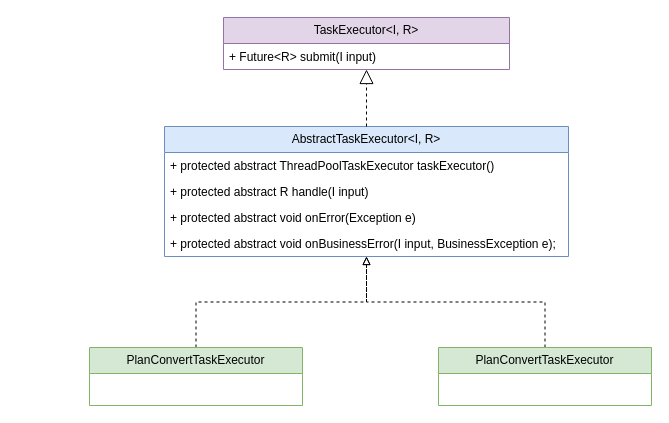
This is page "Page-21" (21 of 23) of hibernate.drawio from minhtran-q/hibernate-knowledge, a draw.io file, before an edit. Source tidied: cells renumbered, new cells numbered last; positions are measured from the earlier drawing's top-left corner, leaving out a move shared by most shapes. Both pictures are drawn from the tidied source at 100%, with x=0, y=0 at pixel (89, 17).
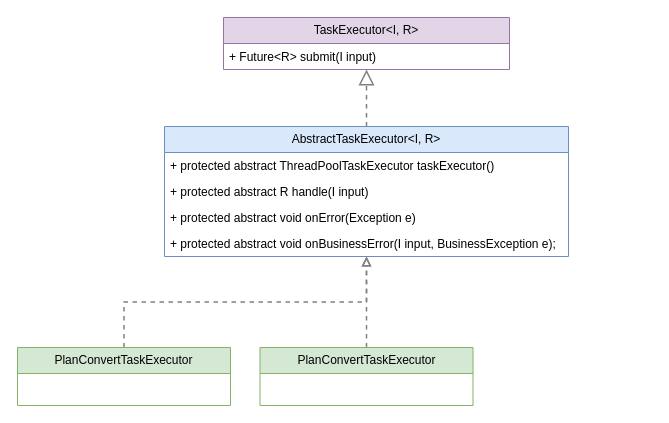
After the change.

What changed in the source:
```diff
@@
 <mxGraphModel>
   <root>
     <mxCell id="0" />
     <mxCell id="1" parent="0" />
     <mxCell id="2" value="TaskExecutor&amp;lt;I, R&amp;gt;" style="swimlane;fontStyle=0;horizontal=1;startSize=26;fillColor=#e1d5e7;whiteSpace=wrap;html=1;strokeColor=#9673a6;" parent="1" vertex="1">
       <mxGeometry x="134" width="286" height="52" as="geometry" />
     </mxCell>
     <mxCell id="3" value="+ Future&amp;lt;R&amp;gt; submit(I input)" style="text;strokeColor=none;fillColor=none;align=left;verticalAlign=top;spacingLeft=4;spacingRight=4;overflow=hidden;points=[[0,0.5],[1,0.5]];portConstraint=eastwest;whiteSpace=wrap;html=1;" parent="2" vertex="1">
       <mxGeometry y="26" width="286" height="26" as="geometry" />
     </mxCell>
     <mxCell id="4" value="AbstractTaskExecutor&amp;lt;I, R&amp;gt;" style="swimlane;fontStyle=0;horizontal=1;startSize=26;fillColor=#dae8fc;whiteSpace=wrap;html=1;strokeColor=#6c8ebf;" parent="1" vertex="1">
       <mxGeometry x="75" y="109" width="404" height="130" as="geometry" />
     </mxCell>
     <mxCell id="5" value="+ protected abstract ThreadPoolTaskExecutor taskExecutor()" style="text;strokeColor=none;fillColor=none;align=left;verticalAlign=top;spacingLeft=4;spacingRight=4;overflow=hidden;whiteSpace=wrap;html=1;" parent="4" vertex="1">
       <mxGeometry y="26" width="404" height="26" as="geometry" />
     </mxCell>
     <mxCell id="6" value="+ protected abstract R handle(I input)" style="text;strokeColor=none;fillColor=none;align=left;verticalAlign=top;spacingLeft=4;spacingRight=4;overflow=hidden;whiteSpace=wrap;html=1;" parent="4" vertex="1">
       <mxGeometry y="52" width="404" height="26" as="geometry" />
     </mxCell>
     <mxCell id="7" value="+ protected abstract void onError(Exception e)" style="text;strokeColor=none;fillColor=none;align=left;verticalAlign=top;spacingLeft=4;spacingRight=4;overflow=hidden;whiteSpace=wrap;html=1;" parent="4" vertex="1">
       <mxGeometry y="78" width="404" height="26" as="geometry" />
     </mxCell>
     <mxCell id="8" value="&lt;div&gt;&lt;span style=&quot;background-color: initial;&quot;&gt;+ protected abstract void onBusinessError(I input, BusinessException e);&lt;/span&gt;&lt;br&gt;&lt;/div&gt;" style="text;strokeColor=none;fillColor=none;align=left;verticalAlign=top;spacingLeft=4;spacingRight=4;overflow=hidden;whiteSpace=wrap;html=1;" parent="4" vertex="1">
       <mxGeometry y="104" width="404" height="26" as="geometry" />
     </mxCell>
-    <mxCell id="9" style="endArrow=block;dashed=1;endFill=0;endSize=12;html=1;rounded=0;exitX=0.5;exitY=0;exitDx=0;exitDy=0;" parent="1" edge="1" source="4" target="3">
+    <mxCell id="9" style="endArrow=block;dashed=1;endFill=0;endSize=12;html=1;rounded=0;exitX=0.5;exitY=0;exitDx=0;exitDy=0;strokeColor=#808080;strokeWidth=1.5;" parent="1" edge="1" source="4" target="3">
       <mxGeometry relative="1" as="geometry" />
     </mxCell>
-    <mxCell id="10" style="edgeStyle=orthogonalEdgeStyle;rounded=0;jettySize=auto;html=1;dashed=1;endArrow=block;endFill=0;" parent="1" edge="1" source="11" target="4">
+    <mxCell id="10" style="edgeStyle=orthogonalEdgeStyle;rounded=0;jettySize=auto;html=1;dashed=1;endArrow=block;endFill=0;strokeWidth=1.5;strokeColor=#808080;" parent="1" edge="1" source="11" target="4">
       <mxGeometry relative="1" as="geometry" />
     </mxCell>
     <mxCell id="11" value="PlanConvertTaskExecutor" style="swimlane;fontStyle=0;horizontal=1;startSize=26;fillColor=#d5e8d4;whiteSpace=wrap;html=1;strokeColor=#82b366;" parent="1" vertex="1">
-      <mxGeometry y="330" width="213" height="58" as="geometry" />
+      <mxGeometry x="-72" y="330" width="213" height="58" as="geometry" />
     </mxCell>
-    <mxCell id="12" style="edgeStyle=orthogonalEdgeStyle;rounded=0;jettySize=auto;html=1;dashed=1;endArrow=block;endFill=0;" parent="1" edge="1" source="13" target="4">
+    <mxCell id="12" style="edgeStyle=orthogonalEdgeStyle;rounded=0;jettySize=auto;html=1;dashed=1;endArrow=block;endFill=0;strokeWidth=1.5;strokeColor=#808080;" parent="1" edge="1" source="13" target="4">
       <mxGeometry relative="1" as="geometry" />
     </mxCell>
     <mxCell id="13" value="PlanConvertTaskExecutor" style="swimlane;fontStyle=0;horizontal=1;startSize=26;fillColor=#d5e8d4;whiteSpace=wrap;html=1;strokeColor=#82b366;" parent="1" vertex="1">
-      <mxGeometry x="349" y="330" width="213" height="58" as="geometry" />
+      <mxGeometry x="170.5" y="330" width="213" height="58" as="geometry" />
     </mxCell>
   </root>
 </mxGraphModel>
```
